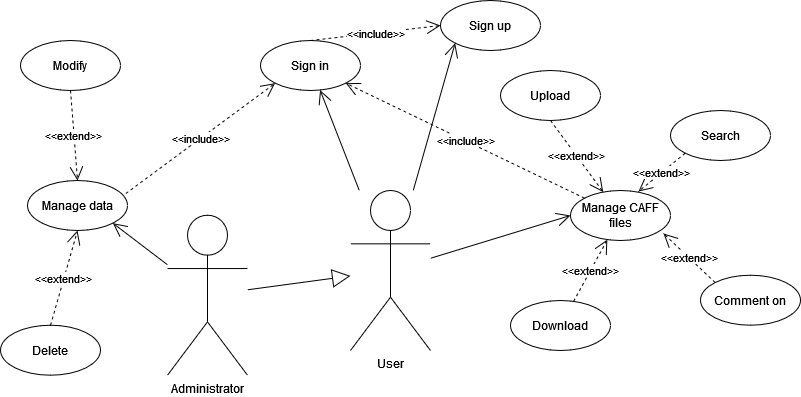
The draw.io diagram diagrams/usecase.png in VidarHUN/szamitogep-biztonsag, before a commit. Source tidied: cells renumbered, new cells last; positions are measured from the earlier drawing's top-left corner, leaving out a move shared by most shapes. The source it was exported from:
```xml
<mxGraphModel>
  <root>
    <mxCell id="0" />
    <mxCell id="1" parent="0" />
    <mxCell id="2" value="&lt;div&gt;User&lt;/div&gt;" style="shape=umlActor;verticalLabelPosition=bottom;verticalAlign=top;html=1;" parent="1" vertex="1">
      <mxGeometry x="350" y="190" width="80" height="160" as="geometry" />
    </mxCell>
    <mxCell id="3" value="&lt;div&gt;Sign up&lt;br&gt;&lt;/div&gt;" style="ellipse;whiteSpace=wrap;html=1;" parent="1" vertex="1">
      <mxGeometry x="440" width="100" height="50" as="geometry" />
    </mxCell>
    <mxCell id="4" value="&lt;div&gt;Sign in&lt;/div&gt;" style="ellipse;whiteSpace=wrap;html=1;" parent="1" vertex="1">
      <mxGeometry x="260" y="40" width="100" height="50" as="geometry" />
    </mxCell>
    <mxCell id="5" value="Manage CAFF files" style="ellipse;whiteSpace=wrap;html=1;" parent="1" vertex="1">
      <mxGeometry x="570" y="190" width="100" height="50" as="geometry" />
    </mxCell>
    <mxCell id="6" value="&lt;div&gt;&amp;lt;&amp;lt;include&amp;gt;&amp;gt;&lt;/div&gt;" style="endArrow=open;endSize=12;dashed=1;html=1;rounded=0;entryX=1;entryY=1;entryDx=0;entryDy=0;" parent="1" edge="1" source="5" target="4">
      <mxGeometry relative="1" as="geometry" />
    </mxCell>
    <mxCell id="7" value="&lt;div&gt;&amp;lt;&amp;lt;include&amp;gt;&amp;gt;&lt;/div&gt;" style="endArrow=open;endSize=12;dashed=1;html=1;rounded=0;exitX=0.5;exitY=0;exitDx=0;exitDy=0;entryX=0;entryY=0.5;entryDx=0;entryDy=0;" parent="1" edge="1" source="4" target="3">
      <mxGeometry relative="1" as="geometry" />
    </mxCell>
    <mxCell id="8" style="endArrow=open;endFill=1;endSize=12;html=1;rounded=0;" parent="1" edge="1" source="2" target="4">
      <mxGeometry relative="1" as="geometry" />
    </mxCell>
    <mxCell id="9" value="Download" style="ellipse;whiteSpace=wrap;html=1;" parent="1" vertex="1">
      <mxGeometry x="510" y="300" width="100" height="50" as="geometry" />
    </mxCell>
    <mxCell id="10" value="Search" style="ellipse;whiteSpace=wrap;html=1;" parent="1" vertex="1">
      <mxGeometry x="670" y="110" width="100" height="50" as="geometry" />
    </mxCell>
    <mxCell id="11" value="Comment on" style="ellipse;whiteSpace=wrap;html=1;" parent="1" vertex="1">
      <mxGeometry x="700" y="274.7" width="100" height="50" as="geometry" />
    </mxCell>
    <mxCell id="12" value="Upload" style="ellipse;whiteSpace=wrap;html=1;" parent="1" vertex="1">
      <mxGeometry x="500" y="70" width="100" height="50" as="geometry" />
    </mxCell>
    <mxCell id="13" value="&lt;div&gt;&amp;lt;&amp;lt;extend&amp;gt;&amp;gt;&lt;/div&gt;" style="endArrow=open;endSize=12;dashed=1;html=1;rounded=0;exitX=0.5;exitY=1;exitDx=0;exitDy=0;" parent="1" edge="1" source="12" target="5">
      <mxGeometry relative="1" as="geometry" />
    </mxCell>
    <mxCell id="14" value="&lt;div&gt;&amp;lt;&amp;lt;extend&amp;gt;&amp;gt;&lt;/div&gt;" style="endArrow=open;endSize=12;dashed=1;html=1;rounded=0;" parent="1" edge="1" source="9" target="5">
      <mxGeometry relative="1" as="geometry" />
    </mxCell>
    <mxCell id="15" value="&lt;div&gt;&amp;lt;&amp;lt;extend&amp;gt;&amp;gt;&lt;/div&gt;" style="endArrow=open;endSize=12;dashed=1;html=1;rounded=0;entryX=0.68;entryY=0.02;entryDx=0;entryDy=0;exitX=0;exitY=1;exitDx=0;exitDy=0;entryPerimeter=0;" parent="1" edge="1" source="10" target="5">
      <mxGeometry relative="1" as="geometry" />
    </mxCell>
    <mxCell id="16" value="&lt;div&gt;&amp;lt;&amp;lt;extend&amp;gt;&amp;gt;&lt;/div&gt;" style="endArrow=open;endSize=12;dashed=1;html=1;rounded=0;entryX=0.93;entryY=0.86;entryDx=0;entryDy=0;exitX=0;exitY=0;exitDx=0;exitDy=0;entryPerimeter=0;" parent="1" edge="1" source="11" target="5">
      <mxGeometry relative="1" as="geometry" />
    </mxCell>
    <mxCell id="17" value="&lt;div&gt;Administrator&lt;/div&gt;" style="shape=umlActor;verticalLabelPosition=bottom;verticalAlign=top;html=1;" parent="1" vertex="1">
      <mxGeometry x="167" y="214.7" width="80" height="160" as="geometry" />
    </mxCell>
    <mxCell id="18" value="Manage data" style="ellipse;whiteSpace=wrap;html=1;" parent="1" vertex="1">
      <mxGeometry x="27" y="180" width="100" height="50" as="geometry" />
    </mxCell>
    <mxCell id="19" value="&lt;div&gt;&amp;lt;&amp;lt;include&amp;gt;&amp;gt;&lt;/div&gt;" style="endArrow=open;endSize=12;dashed=1;html=1;rounded=0;exitX=0.983;exitY=0.26;exitDx=0;exitDy=0;exitPerimeter=0;entryX=0;entryY=1;entryDx=0;entryDy=0;" parent="1" edge="1" source="18" target="4">
      <mxGeometry relative="1" as="geometry" />
    </mxCell>
    <mxCell id="20" value="&lt;div&gt;Delete&lt;/div&gt;" style="ellipse;whiteSpace=wrap;html=1;" parent="1" vertex="1">
      <mxGeometry y="324.7" width="100" height="50" as="geometry" />
    </mxCell>
    <mxCell id="21" value="Modify" style="ellipse;whiteSpace=wrap;html=1;" parent="1" vertex="1">
      <mxGeometry x="20" y="40" width="100" height="50" as="geometry" />
    </mxCell>
    <mxCell id="22" value="&lt;div&gt;&amp;lt;&amp;lt;extend&amp;gt;&amp;gt;&lt;/div&gt;" style="endArrow=open;endSize=12;dashed=1;html=1;rounded=0;entryX=0.5;entryY=0;entryDx=0;entryDy=0;exitX=0.5;exitY=1;exitDx=0;exitDy=0;" parent="1" edge="1" source="21" target="18">
      <mxGeometry relative="1" as="geometry" />
    </mxCell>
    <mxCell id="23" value="&lt;div&gt;&amp;lt;&amp;lt;extend&amp;gt;&amp;gt;&lt;/div&gt;" style="endArrow=open;endSize=12;dashed=1;html=1;rounded=0;entryX=0.5;entryY=1;entryDx=0;entryDy=0;exitX=0.5;exitY=0;exitDx=0;exitDy=0;" parent="1" edge="1" source="20" target="18">
      <mxGeometry relative="1" as="geometry" />
    </mxCell>
    <mxCell id="24" style="endArrow=open;endFill=1;endSize=12;html=1;rounded=0;entryX=1;entryY=1;entryDx=0;entryDy=0;" parent="1" edge="1" source="17" target="18">
      <mxGeometry relative="1" as="geometry" />
    </mxCell>
    <mxCell id="25" style="endArrow=open;endFill=1;endSize=12;html=1;rounded=0;entryX=0;entryY=1;entryDx=0;entryDy=0;" parent="1" edge="1" source="2" target="3">
      <mxGeometry relative="1" as="geometry" />
    </mxCell>
    <mxCell id="26" style="endArrow=open;endFill=1;endSize=12;html=1;rounded=0;entryX=0;entryY=0.5;entryDx=0;entryDy=0;" parent="1" edge="1" source="2" target="5">
      <mxGeometry relative="1" as="geometry" />
    </mxCell>
    <mxCell id="27" style="endArrow=block;endSize=16;endFill=0;html=1;rounded=0;" parent="1" edge="1" source="17" target="2">
      <mxGeometry relative="1" as="geometry" />
    </mxCell>
  </root>
</mxGraphModel>
```
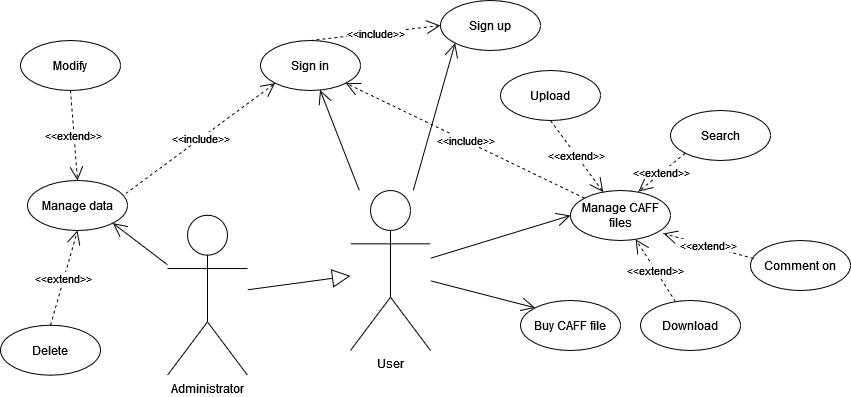
The same diagram one commit later.

Commit message:
buy usecase back on diagram

The edit, as a diff of the source:
```diff
@@ -24,13 +24,13 @@
       <mxGeometry relative="1" as="geometry" />
     </mxCell>
     <mxCell id="9" value="Download" style="ellipse;whiteSpace=wrap;html=1;" parent="1" vertex="1">
-      <mxGeometry x="510" y="300" width="100" height="50" as="geometry" />
+      <mxGeometry x="640" y="300" width="100" height="50" as="geometry" />
     </mxCell>
     <mxCell id="10" value="Search" style="ellipse;whiteSpace=wrap;html=1;" parent="1" vertex="1">
       <mxGeometry x="670" y="110" width="100" height="50" as="geometry" />
     </mxCell>
     <mxCell id="11" value="Comment on" style="ellipse;whiteSpace=wrap;html=1;" parent="1" vertex="1">
-      <mxGeometry x="700" y="274.7" width="100" height="50" as="geometry" />
+      <mxGeometry x="750" y="240" width="100" height="50" as="geometry" />
     </mxCell>
     <mxCell id="12" value="Upload" style="ellipse;whiteSpace=wrap;html=1;" parent="1" vertex="1">
       <mxGeometry x="500" y="70" width="100" height="50" as="geometry" />
@@ -44,7 +44,7 @@
     <mxCell id="15" value="&lt;div&gt;&amp;lt;&amp;lt;extend&amp;gt;&amp;gt;&lt;/div&gt;" style="endArrow=open;endSize=12;dashed=1;html=1;rounded=0;entryX=0.68;entryY=0.02;entryDx=0;entryDy=0;exitX=0;exitY=1;exitDx=0;exitDy=0;entryPerimeter=0;" parent="1" edge="1" source="10" target="5">
       <mxGeometry relative="1" as="geometry" />
     </mxCell>
-    <mxCell id="16" value="&lt;div&gt;&amp;lt;&amp;lt;extend&amp;gt;&amp;gt;&lt;/div&gt;" style="endArrow=open;endSize=12;dashed=1;html=1;rounded=0;entryX=0.93;entryY=0.86;entryDx=0;entryDy=0;exitX=0;exitY=0;exitDx=0;exitDy=0;entryPerimeter=0;" parent="1" edge="1" source="11" target="5">
+    <mxCell id="16" value="&lt;div&gt;&amp;lt;&amp;lt;extend&amp;gt;&amp;gt;&lt;/div&gt;" style="endArrow=open;endSize=12;dashed=1;html=1;rounded=0;entryX=0.93;entryY=0.86;entryDx=0;entryDy=0;exitX=0.03;exitY=0.36;exitDx=0;exitDy=0;entryPerimeter=0;exitPerimeter=0;" parent="1" edge="1" source="11" target="5">
       <mxGeometry relative="1" as="geometry" />
     </mxCell>
     <mxCell id="17" value="&lt;div&gt;Administrator&lt;/div&gt;" style="shape=umlActor;verticalLabelPosition=bottom;verticalAlign=top;html=1;" parent="1" vertex="1">
@@ -80,5 +80,11 @@
     <mxCell id="27" style="endArrow=block;endSize=16;endFill=0;html=1;rounded=0;" parent="1" edge="1" source="17" target="2">
       <mxGeometry relative="1" as="geometry" />
     </mxCell>
+    <mxCell id="28" value="&lt;div&gt;Buy CAFF file&lt;/div&gt;" style="ellipse;whiteSpace=wrap;html=1;" parent="1" vertex="1">
+      <mxGeometry x="520" y="300" width="100" height="50" as="geometry" />
+    </mxCell>
+    <mxCell id="29" style="endArrow=open;endFill=1;endSize=12;html=1;rounded=0;entryX=0;entryY=0;entryDx=0;entryDy=0;" parent="1" edge="1" source="2" target="28">
+      <mxGeometry relative="1" as="geometry" />
+    </mxCell>
   </root>
 </mxGraphModel>
```
